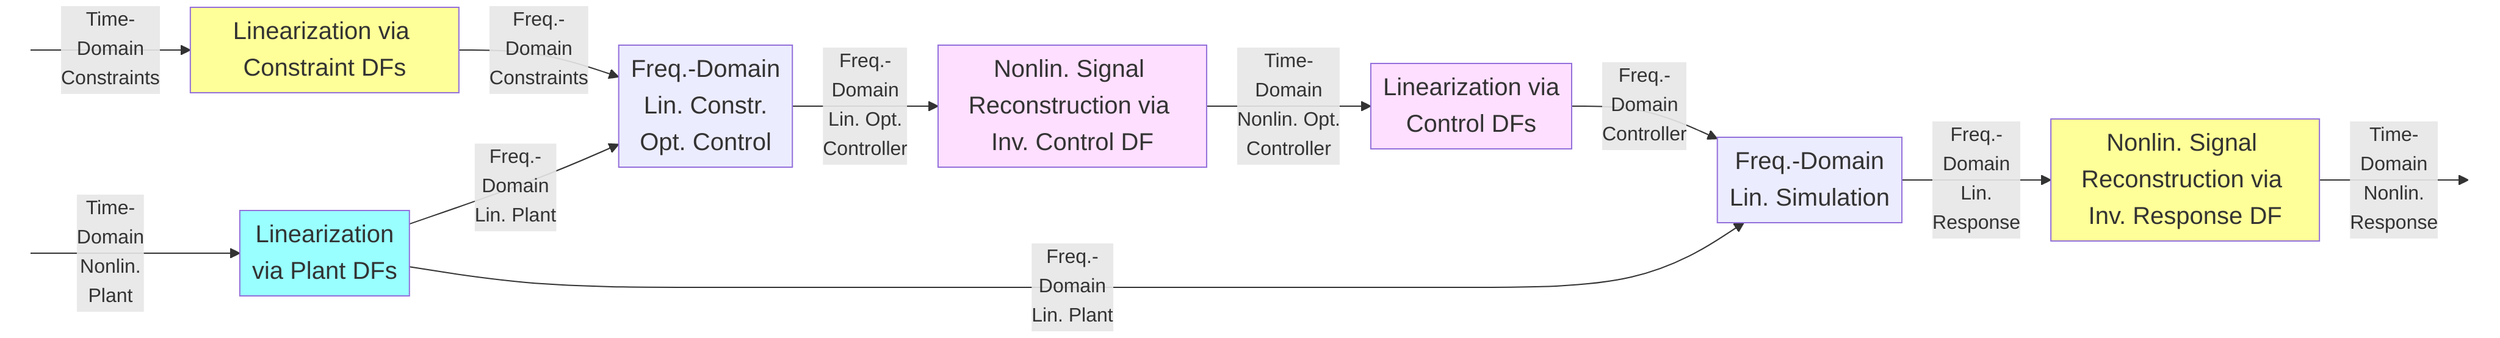
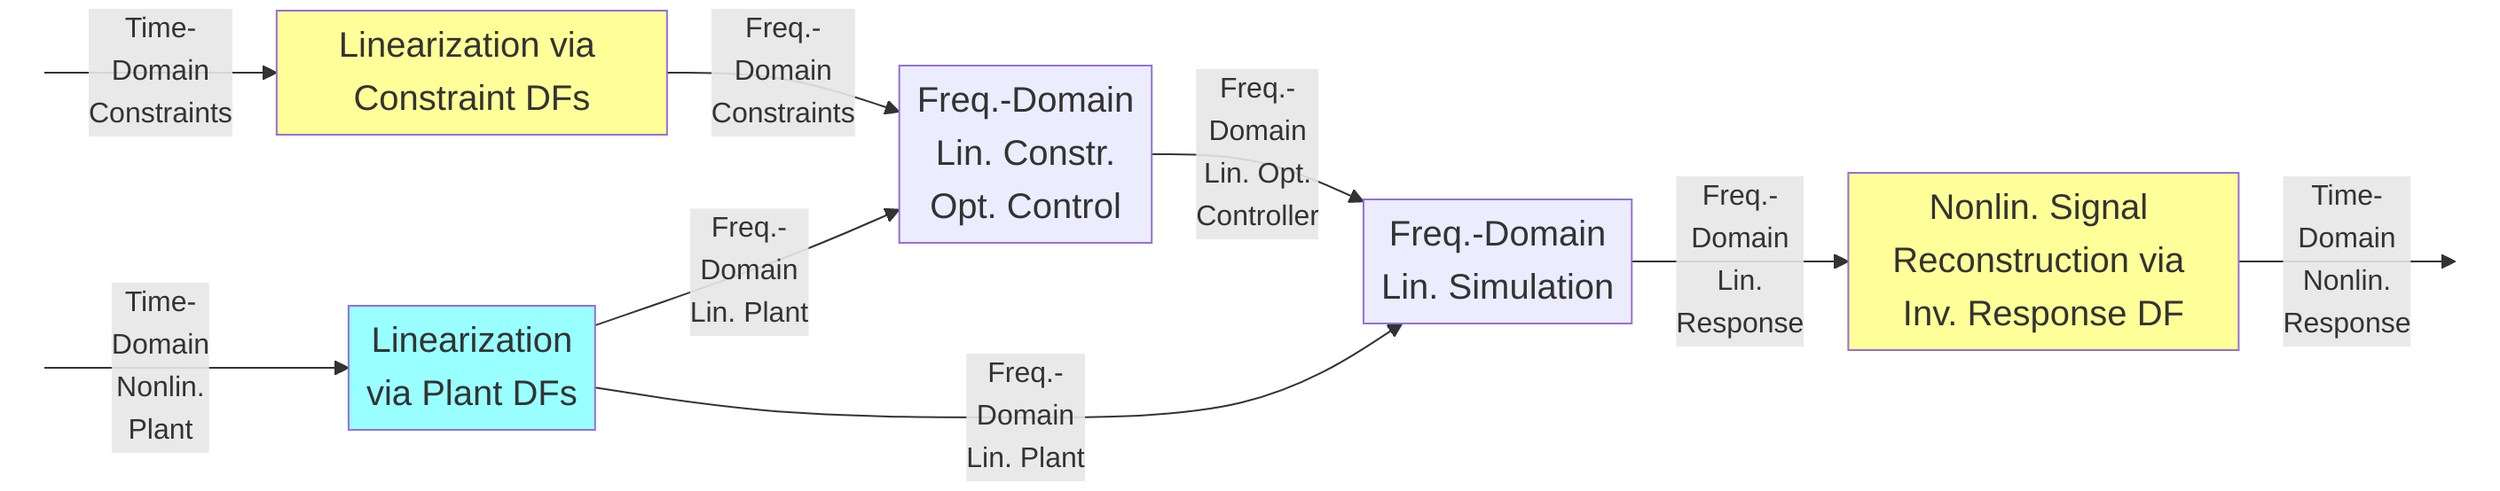
%%{init: {'flowchart': { 'padding': 5 , 'diagramPadding': 5 , 'useMaxWidth': false} }}%%
flowchart LR

    Ns[ ] --> |Time-<br />Domain <br />Constraints|Ms
    Ms[Linearization via Constraint DFs] --> |Freq.-<br />Domain <br />Constraints|Cs
    As[ ] --> |Time-<br />Domain <br />Nonlin. <br />Plant|Bs[Linearization <br />via Plant DFs]
    Bs -->|Freq.-<br />Domain <br />Lin. Plant| Cs[Freq.-Domain<br />Lin. Constr. <br />Opt. Control]
-     Cs -->|Freq.-<br />Domain <br />Lin. Opt. <br />Controller| Es[Nonlin. Signal Reconstruction via <br />Inv. Control DF]
-     Es -->|Time-<br />Domain <br />Nonlin. Opt. <br />Controller| Me[" "]
+     Cs -->|Freq.-<br />Domain <br />Lin. Opt. <br />Controller| Ce[Freq.-Domain <br />Lin. Simulation]

-     Me[Linearization via<br /> Control DFs] --> |Freq.-<br />Domain <br />Controller|Ce
-     Bs -->|Freq.-<br />Domain <br />Lin. Plant| Ce[Freq.-Domain <br />Lin. Simulation]
+     Bs -->|Freq.-<br />Domain <br />Lin. Plant| Ce
    Ce -->|Freq.-<br />Domain <br />Lin. <br />Response| Ee[Nonlin. Signal Reconstruction via <br />Inv. Response DF]
    Ee -->|Time-<br />Domain <br />Nonlin. <br />Response| Fe[" "]

    classDef hidden fill:transparent,stroke:transparent,color:transparent;
    class As,Ns,Fs,Ne,Fe hidden;
    classDef bigFont font-size:20px
-     class Ms,Cs,Bs,Es,Me,Ce,Ee bigFont
+     class Ms,Cs,Bs,Ce,Ee bigFont

-     classDef controller fill:#ff99ff50
-     class Me,Es controller
    classDef plant fill:#9ff
    class Bs plant
    classDef response fill:#ff9
    class Ms,Ee response

